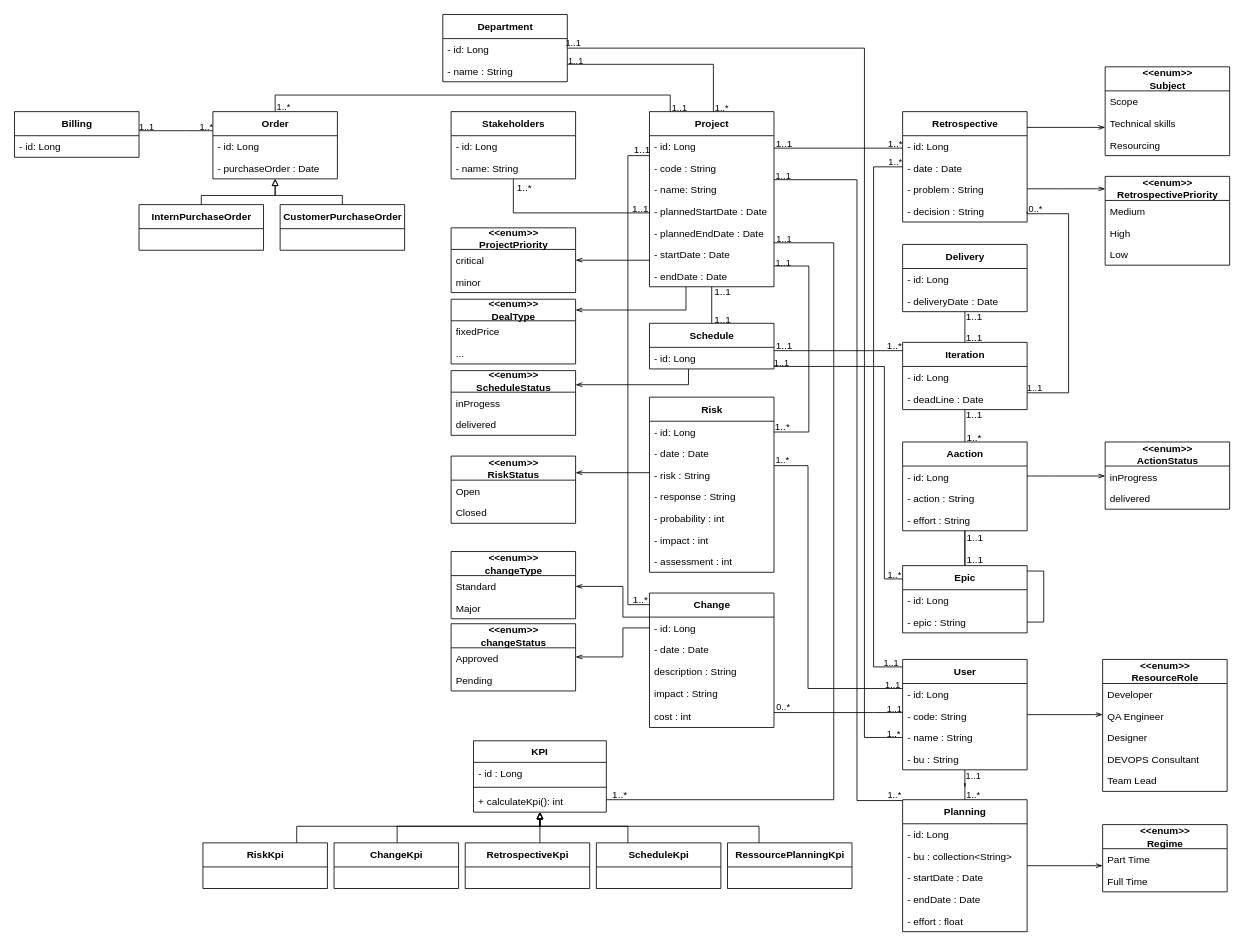
The draw.io diagram Domain Class Diagram.drawio in ZidiMedAmine/UML, before the edit. Source tidied: cells renumbered, new cells numbered last; positions are measured from the earlier drawing's top-left corner, leaving out a move shared by most shapes. Both pictures are drawn from the tidied source at 83%, with x=0, y=0 at pixel (14, 14).
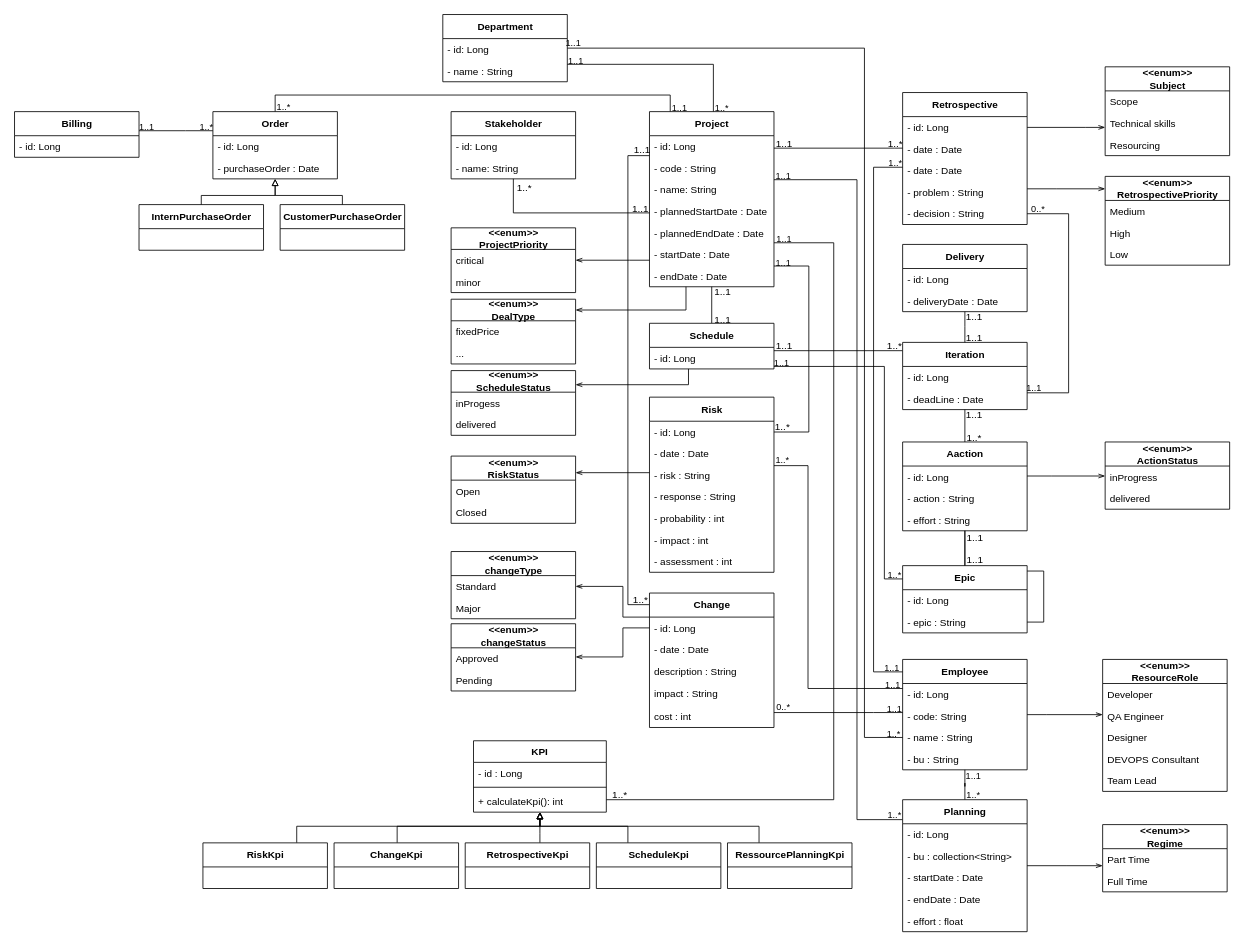
After the change.

The change refers to these unchanged cells:
```xml
<mxCell id="10" value="Project" style="swimlane;fontStyle=1;align=center;verticalAlign=middle;horizontal=1;startSize=29;html=1;fontSize=12;labelPosition=center;verticalLabelPosition=middle;strokeColor=default;swimlaneLine=1;rounded=0;shadow=0;glass=0;sketch=0;perimeterSpacing=0;" parent="1" vertex="1">
  <mxGeometry x="765" y="117" width="150" height="211" as="geometry" />
</mxCell>
<mxCell id="170" value="Planning" style="swimlane;fontStyle=1;align=center;verticalAlign=middle;horizontal=1;startSize=29;html=1;fontSize=12;labelPosition=center;verticalLabelPosition=middle;" parent="1" vertex="1">
  <mxGeometry x="1070" y="946" width="150" height="159" as="geometry" />
</mxCell>
```

The edit, as a diff of the source:
```diff
@@
-    <mxCell id="17" value="User" style="swimlane;fontStyle=1;align=center;verticalAlign=middle;horizontal=1;startSize=29;html=1;fontSize=12;labelPosition=center;verticalLabelPosition=middle;" parent="1" vertex="1">
+    <mxCell id="17" value="Employee" style="swimlane;fontStyle=1;align=center;verticalAlign=middle;horizontal=1;startSize=29;html=1;fontSize=12;labelPosition=center;verticalLabelPosition=middle;" parent="1" vertex="1">
       <mxGeometry x="1070" y="777" width="150" height="133" as="geometry" />
     </mxCell>
@@
     <mxCell id="46" value="&lt;span style=&quot;font-size: 12px&quot;&gt;Retrospective&lt;/span&gt;" style="swimlane;fontStyle=1;align=center;verticalAlign=middle;horizontal=1;startSize=29;html=1;shadow=0;fontSize=12;labelPosition=center;verticalLabelPosition=middle;" parent="1" vertex="1">
-      <mxGeometry x="1070" y="117" width="150" height="133" as="geometry" />
+      <mxGeometry x="1070" y="94" width="150" height="159" as="geometry" />
     </mxCell>
@@
+    <mxCell id="198" value="- date : Date" style="text;strokeColor=none;fillColor=none;align=left;verticalAlign=top;spacingLeft=4;spacingRight=4;overflow=hidden;" parent="46" vertex="1">
+      <mxGeometry y="55" width="150" height="26" as="geometry" />
+    </mxCell>
     <mxCell id="48" value="- date : Date" style="text;strokeColor=none;fillColor=none;align=left;verticalAlign=top;spacingLeft=4;spacingRight=4;overflow=hidden;" parent="46" vertex="1">
-      <mxGeometry y="55" width="150" height="26" as="geometry" />
+      <mxGeometry y="81" width="150" height="26" as="geometry" />
     </mxCell>
     <mxCell id="49" value="- problem : String" style="text;strokeColor=none;fillColor=none;align=left;verticalAlign=top;spacingLeft=4;spacingRight=4;overflow=hidden;" parent="46" vertex="1">
-      <mxGeometry y="81" width="150" height="26" as="geometry" />
+      <mxGeometry y="107" width="150" height="26" as="geometry" />
     </mxCell>
     <mxCell id="50" value="- decision : String" style="text;strokeColor=none;fillColor=none;align=left;verticalAlign=top;spacingLeft=4;spacingRight=4;overflow=hidden;points=[[0,0.5],[1,0.5]];portConstraint=eastwest;" parent="46" vertex="1">
-      <mxGeometry y="107" width="150" height="26" as="geometry" />
+      <mxGeometry y="133" width="150" height="26" as="geometry" />
     </mxCell>
@@
-    <mxCell id="59" value="Stakeholders" style="swimlane;fontStyle=1;align=center;verticalAlign=middle;horizontal=1;startSize=29;html=1;shadow=0;fontSize=12;labelPosition=center;verticalLabelPosition=middle;" parent="1" vertex="1">
+    <mxCell id="59" value="Stakeholder" style="swimlane;fontStyle=1;align=center;verticalAlign=middle;horizontal=1;startSize=29;html=1;shadow=0;fontSize=12;labelPosition=center;verticalLabelPosition=middle;" parent="1" vertex="1">
       <mxGeometry x="526" y="117" width="150" height="81" as="geometry" />
     </mxCell>
@@
     <mxCell id="133" style="edgeStyle=orthogonalEdgeStyle;rounded=0;jettySize=auto;html=1;endArrow=none;endFill=0;" parent="1" edge="1" source="10" target="170">
       <mxGeometry relative="1" as="geometry">
         <Array as="points">
           <mxPoint x="1015" y="199" />
-          <mxPoint x="1015" y="947" />
+          <mxPoint x="1015" y="970" />
         </Array>
       </mxGeometry>
     </mxCell>
@@
     <mxCell id="188" style="edgeStyle=orthogonalEdgeStyle;rounded=0;jettySize=auto;html=1;endArrow=none;endFill=0;" parent="1" edge="1" source="46" target="17">
       <mxGeometry relative="1" as="geometry">
         <Array as="points">
           <mxPoint x="1035" y="184" />
-          <mxPoint x="1035" y="786" />
+          <mxPoint x="1035" y="792" />
         </Array>
       </mxGeometry>
     </mxCell>
```
